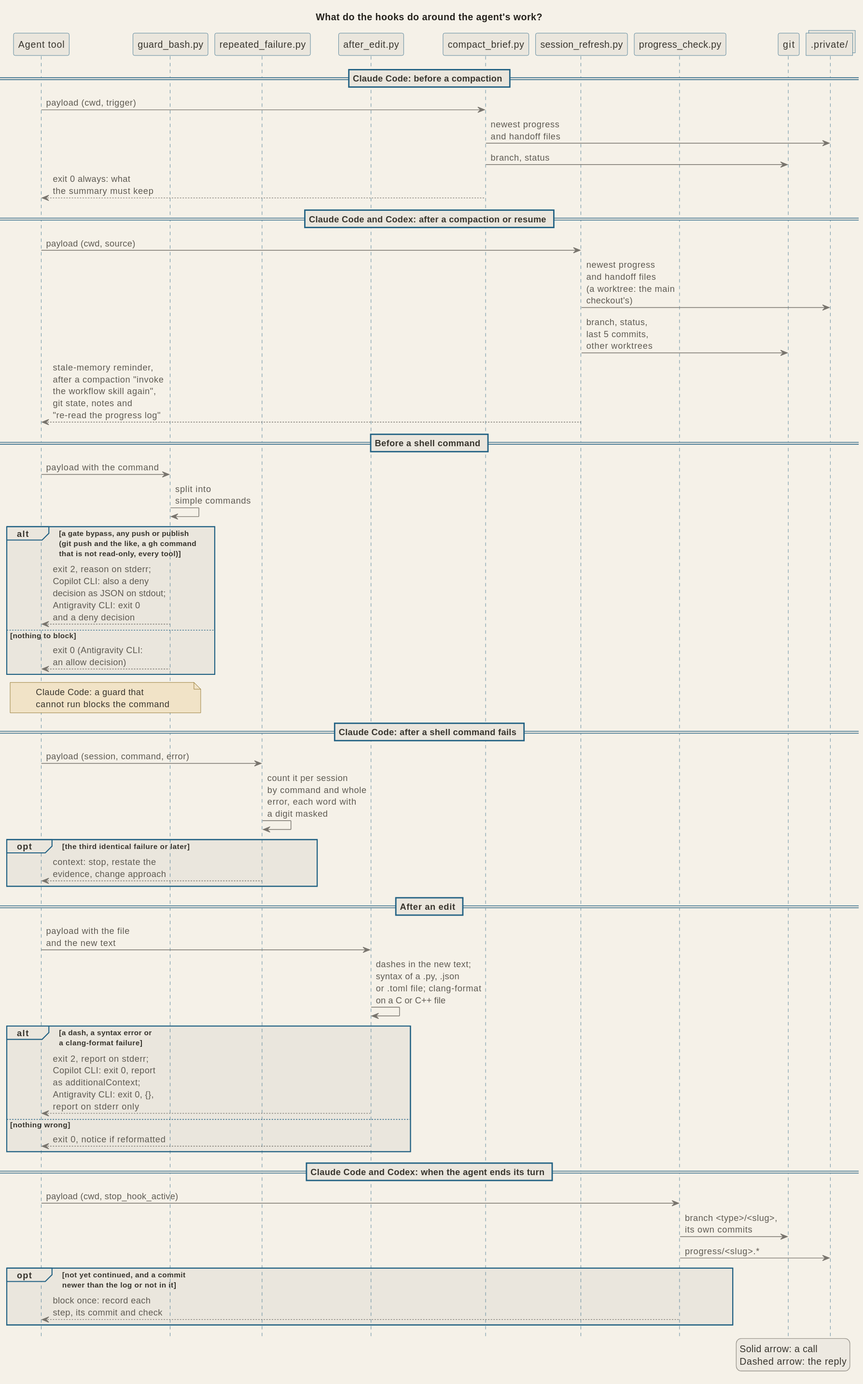
Above: docs/diagrams/arch_hooks.svg in signorenne/dotagents (PlantUML), before the change.
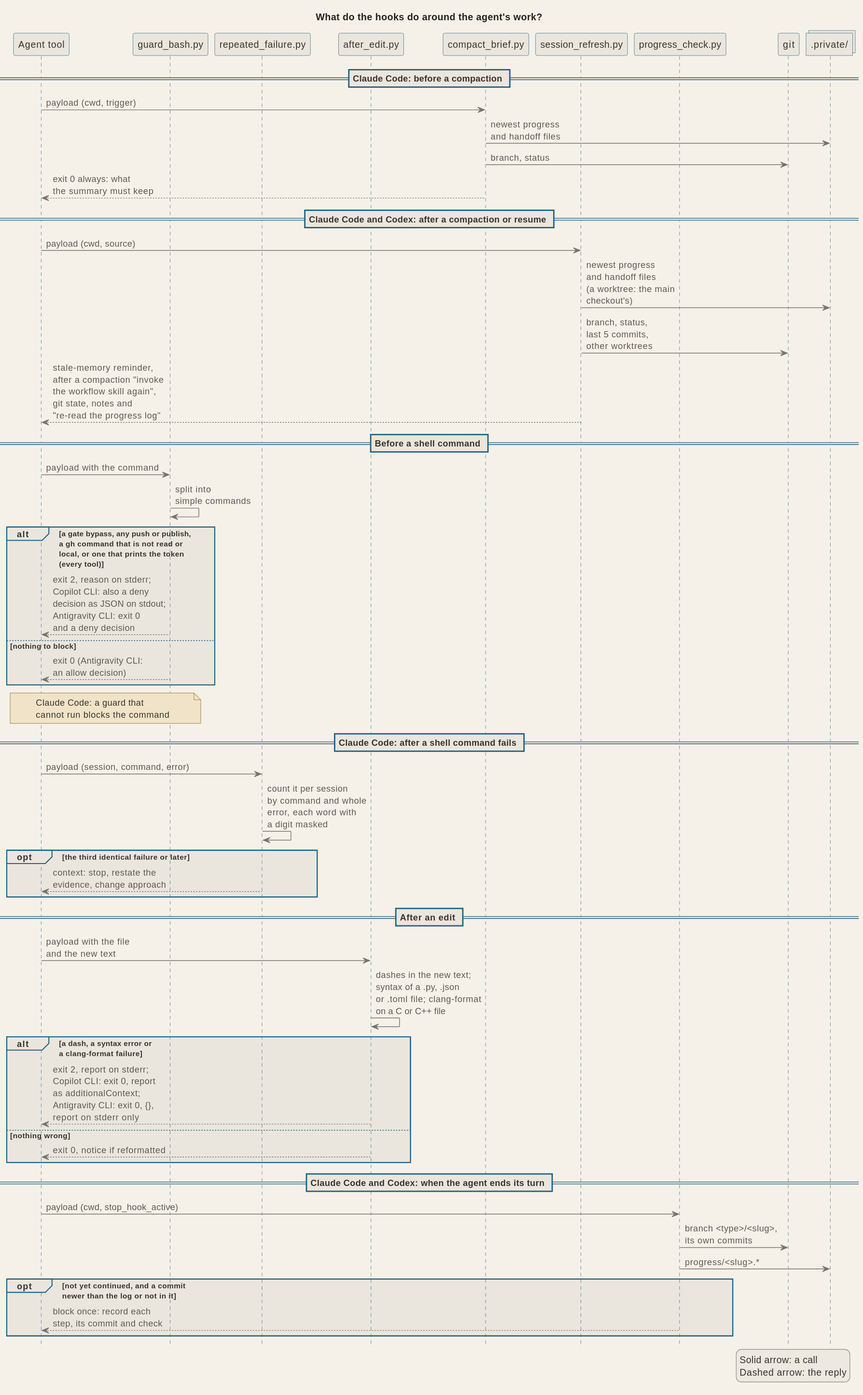
Later version of the same file.

Commit message:
docs(design): describe the guard's read or local gh commands, its token blocks and what the codex rules can say

Change to the diagram source:
```diff
@@ -28,7 +28,7 @@
 == Before a shell command ==
 tool -> guard : payload with the command
 guard -> guard : split into\nsimple commands
-alt a gate bypass, any push or publish\n(git push and the like, a gh command\nthat is not read-only, every tool)
+alt a gate bypass, any push or publish,\na gh command that is not read or\nlocal, or one that prints the token\n(every tool)
   guard --> tool : exit 2, reason on stderr;\nCopilot CLI: also a deny\ndecision as JSON on stdout;\nAntigravity CLI: exit 0\nand a deny decision
 else nothing to block
   guard --> tool : exit 0 (Antigravity CLI:\nan allow decision)
```
